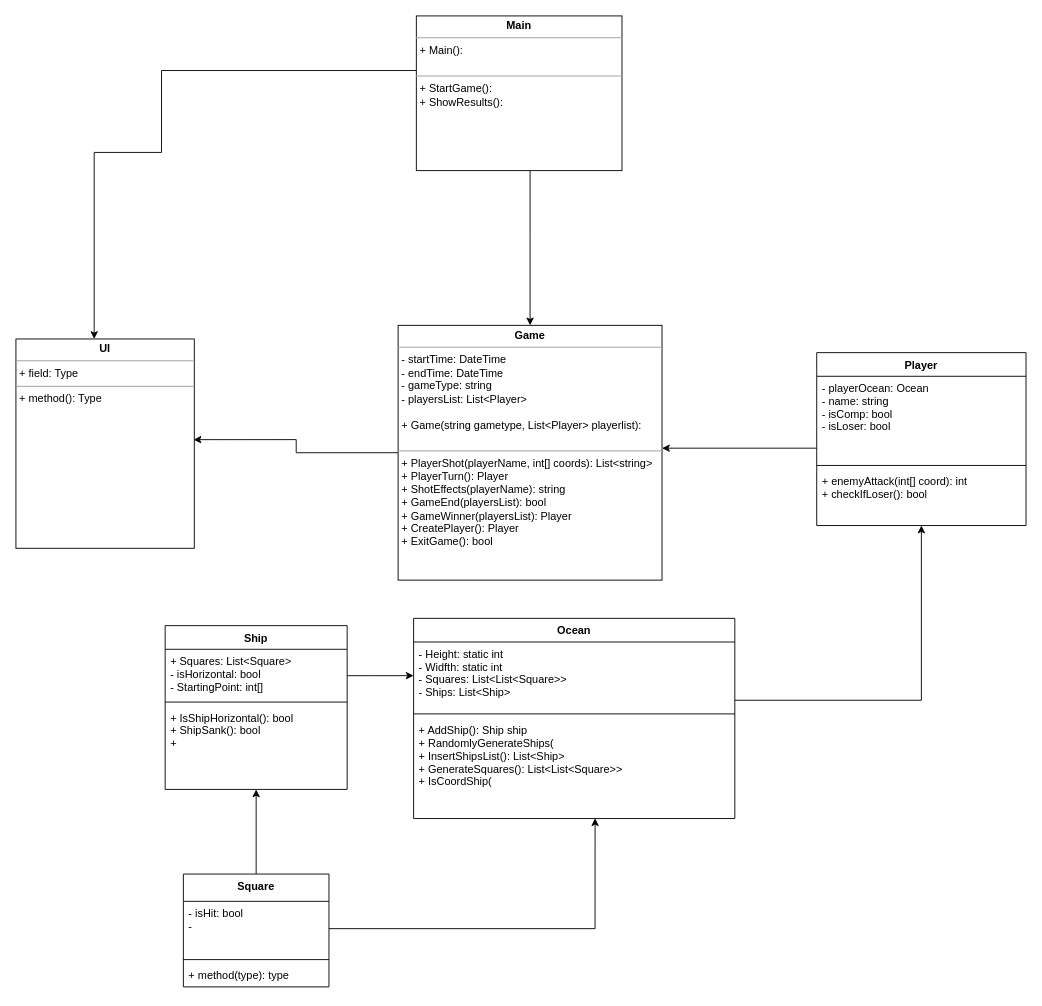
This is specifications/UML_Battleship.drawio from CodecoolGlobal/battle-ship-in-the-oo-way-war_ships, a draw.io file, before an edit. Source tidied: cells renumbered, new cells numbered last; positions are measured from the earlier drawing's top-left corner, leaving out a move shared by most shapes. Both pictures are drawn from the tidied source at 91%, with x=0, y=0 at pixel (15, 15).
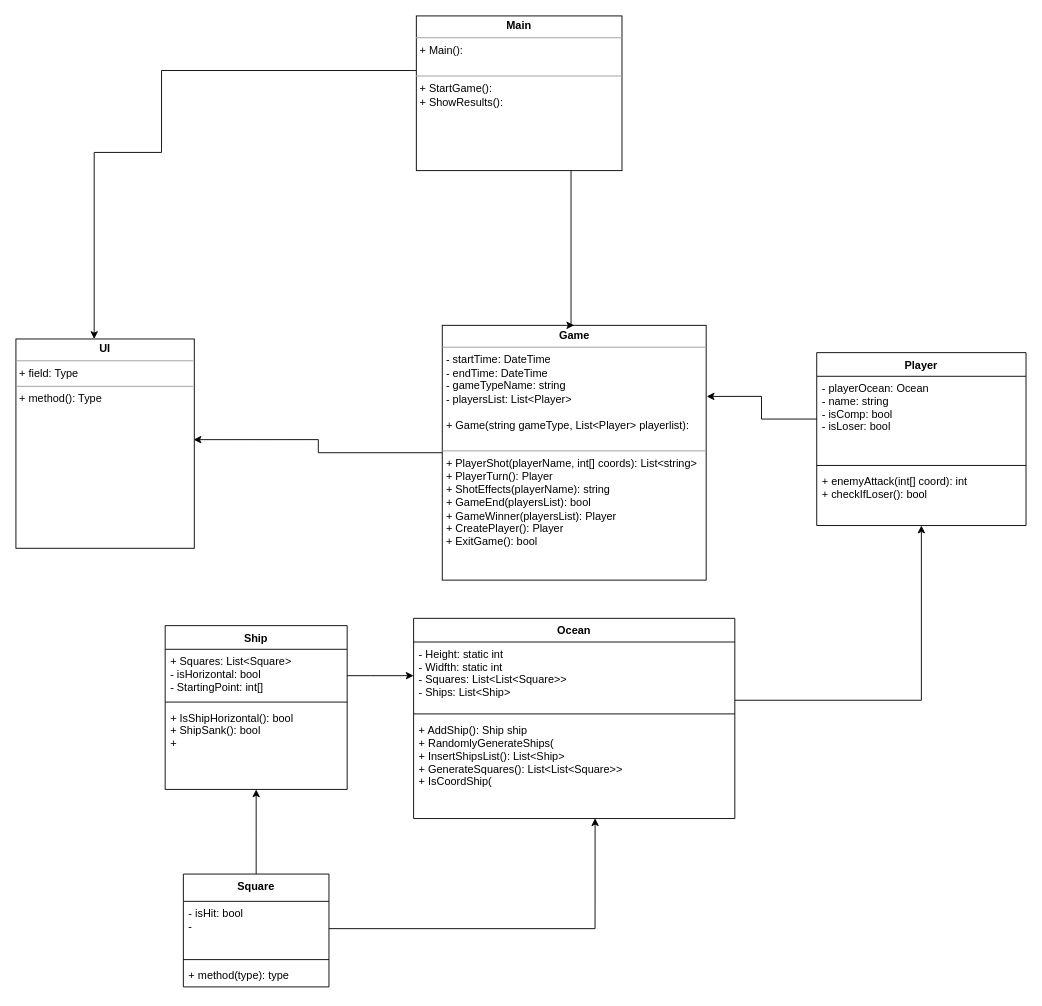
Above is the later version.

Commit message (it also covers changes not shown here):
Work in progress Game and View. Players Inheritance add

Unchanged cells that the change refers to:
```xml
<mxCell id="16" value="&lt;p style=&quot;margin: 0px ; margin-top: 4px ; text-align: center&quot;&gt;&lt;b&gt;Main&lt;/b&gt;&lt;/p&gt;&lt;hr size=&quot;1&quot;&gt;&lt;p style=&quot;margin: 0px ; margin-left: 4px&quot;&gt;+ Main():&lt;/p&gt;&lt;p style=&quot;margin: 0px ; margin-left: 4px&quot;&gt;&lt;br&gt;&lt;/p&gt;&lt;hr size=&quot;1&quot;&gt;&lt;p style=&quot;margin: 0px ; margin-left: 4px&quot;&gt;+ StartGame():&lt;/p&gt;&lt;p style=&quot;margin: 0px ; margin-left: 4px&quot;&gt;+ ShowResults():&lt;/p&gt;&lt;p style=&quot;margin: 0px ; margin-left: 4px&quot;&gt;&lt;br&gt;&lt;/p&gt;" style="verticalAlign=top;align=left;overflow=fill;fontSize=12;fontFamily=Helvetica;html=1;" parent="1" vertex="1">
  <mxGeometry x="440" width="226" height="170" as="geometry" />
</mxCell>
<mxCell id="24" value="Player" style="swimlane;fontStyle=1;align=center;verticalAlign=top;horizontal=1;startSize=26;" parent="1" vertex="1">
  <mxGeometry x="880" y="370" width="230" height="190" as="geometry" />
</mxCell>
<mxCell id="25" value="- playerOcean: Ocean&#10;- name: string&#10;- isComp: bool&#10;- isLoser: bool&#10;&#10;" style="text;strokeColor=none;fillColor=none;align=left;verticalAlign=top;spacingLeft=4;spacingRight=4;overflow=hidden;points=[[0,0.5],[1,0.5]];portConstraint=eastwest;" parent="24" vertex="1">
  <mxGeometry y="26" width="230" height="94" as="geometry" />
</mxCell>
```

The edit, as a diff of the source:
```diff
@@
-    <mxCell id="13" value="&lt;p style=&quot;margin: 0px ; margin-top: 4px ; text-align: center&quot;&gt;&lt;b&gt;Game&lt;/b&gt;&lt;/p&gt;&lt;hr size=&quot;1&quot;&gt;&lt;p style=&quot;margin: 0px ; margin-left: 4px&quot;&gt;- startTime: DateTime&lt;/p&gt;&lt;p style=&quot;margin: 0px ; margin-left: 4px&quot;&gt;- endTime: DateTime&lt;/p&gt;&lt;p style=&quot;margin: 0px ; margin-left: 4px&quot;&gt;- gameType: string&lt;/p&gt;&lt;p style=&quot;margin: 0px ; margin-left: 4px&quot;&gt;- playersList: List&amp;lt;Player&amp;gt;&lt;/p&gt;&lt;p style=&quot;margin: 0px ; margin-left: 4px&quot;&gt;&lt;br&gt;&lt;/p&gt;&lt;p style=&quot;margin: 0px ; margin-left: 4px&quot;&gt;+ Game(string gametype, List&amp;lt;Player&amp;gt; playerlist):&lt;br&gt;&lt;/p&gt;&lt;p style=&quot;margin: 0px ; margin-left: 4px&quot;&gt;&lt;br&gt;&lt;/p&gt;&lt;hr size=&quot;1&quot;&gt;&lt;p style=&quot;margin: 0px ; margin-left: 4px&quot;&gt;+ PlayerShot(playerName, int[] coords): List&amp;lt;string&amp;gt;&lt;/p&gt;&lt;p style=&quot;margin: 0px ; margin-left: 4px&quot;&gt;+ PlayerTurn(): Player&lt;/p&gt;&lt;p style=&quot;margin: 0px ; margin-left: 4px&quot;&gt;+ ShotEffects(playerName): string&lt;/p&gt;&lt;p style=&quot;margin: 0px ; margin-left: 4px&quot;&gt;+ GameEnd(playersList): bool&lt;br&gt;&lt;/p&gt;&lt;p style=&quot;margin: 0px ; margin-left: 4px&quot;&gt;+ GameWinner(playersList): Player&lt;/p&gt;&lt;p style=&quot;margin: 0px ; margin-left: 4px&quot;&gt;+ CreatePlayer(): Player&lt;/p&gt;&lt;p style=&quot;margin: 0px ; margin-left: 4px&quot;&gt;+ ExitGame(): bool&lt;br&gt;&lt;/p&gt;" style="verticalAlign=top;align=left;overflow=fill;fontSize=12;fontFamily=Helvetica;html=1;" parent="1" vertex="1">
-      <mxGeometry x="420" y="340" width="290" height="280" as="geometry" />
+    <mxCell id="13" value="&lt;p style=&quot;margin: 0px ; margin-top: 4px ; text-align: center&quot;&gt;&lt;b&gt;Game&lt;/b&gt;&lt;/p&gt;&lt;hr size=&quot;1&quot;&gt;&lt;p style=&quot;margin: 0px ; margin-left: 4px&quot;&gt;- startTime: DateTime&lt;/p&gt;&lt;p style=&quot;margin: 0px ; margin-left: 4px&quot;&gt;- endTime: DateTime&lt;/p&gt;&lt;p style=&quot;margin: 0px ; margin-left: 4px&quot;&gt;- gameTypeName: string&lt;/p&gt;&lt;p style=&quot;margin: 0px ; margin-left: 4px&quot;&gt;- playersList: List&amp;lt;Player&amp;gt;&lt;/p&gt;&lt;p style=&quot;margin: 0px ; margin-left: 4px&quot;&gt;&lt;br&gt;&lt;/p&gt;&lt;p style=&quot;margin: 0px ; margin-left: 4px&quot;&gt;+ Game(string gameType, List&amp;lt;Player&amp;gt; playerlist):&lt;br&gt;&lt;/p&gt;&lt;p style=&quot;margin: 0px ; margin-left: 4px&quot;&gt;&lt;br&gt;&lt;/p&gt;&lt;hr size=&quot;1&quot;&gt;&lt;p style=&quot;margin: 0px ; margin-left: 4px&quot;&gt;+ PlayerShot(playerName, int[] coords): List&amp;lt;string&amp;gt;&lt;/p&gt;&lt;p style=&quot;margin: 0px ; margin-left: 4px&quot;&gt;+ PlayerTurn(): Player&lt;/p&gt;&lt;p style=&quot;margin: 0px ; margin-left: 4px&quot;&gt;+ ShotEffects(playerName): string&lt;/p&gt;&lt;p style=&quot;margin: 0px ; margin-left: 4px&quot;&gt;+ GameEnd(playersList): bool&lt;br&gt;&lt;/p&gt;&lt;p style=&quot;margin: 0px ; margin-left: 4px&quot;&gt;+ GameWinner(playersList): Player&lt;/p&gt;&lt;p style=&quot;margin: 0px ; margin-left: 4px&quot;&gt;+ CreatePlayer(): Player&lt;/p&gt;&lt;p style=&quot;margin: 0px ; margin-left: 4px&quot;&gt;+ ExitGame(): bool&lt;br&gt;&lt;/p&gt;" style="verticalAlign=top;align=left;overflow=fill;fontSize=12;fontFamily=Helvetica;html=1;" parent="1" vertex="1">
+      <mxGeometry x="468.5" y="340" width="290" height="280" as="geometry" />
     </mxCell>
     <mxCell id="14" style="edgeStyle=orthogonalEdgeStyle;rounded=0;jettySize=auto;html=1;entryX=0.5;entryY=0;entryDx=0;entryDy=0;" parent="1" edge="1" source="16" target="13">
       <mxGeometry relative="1" as="geometry">
         <Array as="points">
-          <mxPoint x="565" y="240" />
-          <mxPoint x="565" y="240" />
+          <mxPoint x="610" y="340" />
         </Array>
       </mxGeometry>
     </mxCell>
@@
-    <mxCell id="17" style="edgeStyle=orthogonalEdgeStyle;rounded=0;jettySize=auto;html=1;" parent="1" edge="1" source="24">
-      <mxGeometry relative="1" as="geometry">
-        <mxPoint x="710" y="475" as="targetPoint" />
-        <Array as="points">
-          <mxPoint x="710" y="475" />
-        </Array>
-      </mxGeometry>
-    </mxCell>
@@
+    <mxCell id="29" style="edgeStyle=orthogonalEdgeStyle;rounded=0;jettySize=auto;html=1;entryX=1.002;entryY=0.279;entryDx=0;entryDy=0;entryPerimeter=0;" parent="1" edge="1" source="25" target="13">
+      <mxGeometry relative="1" as="geometry" />
+    </mxCell>
```
